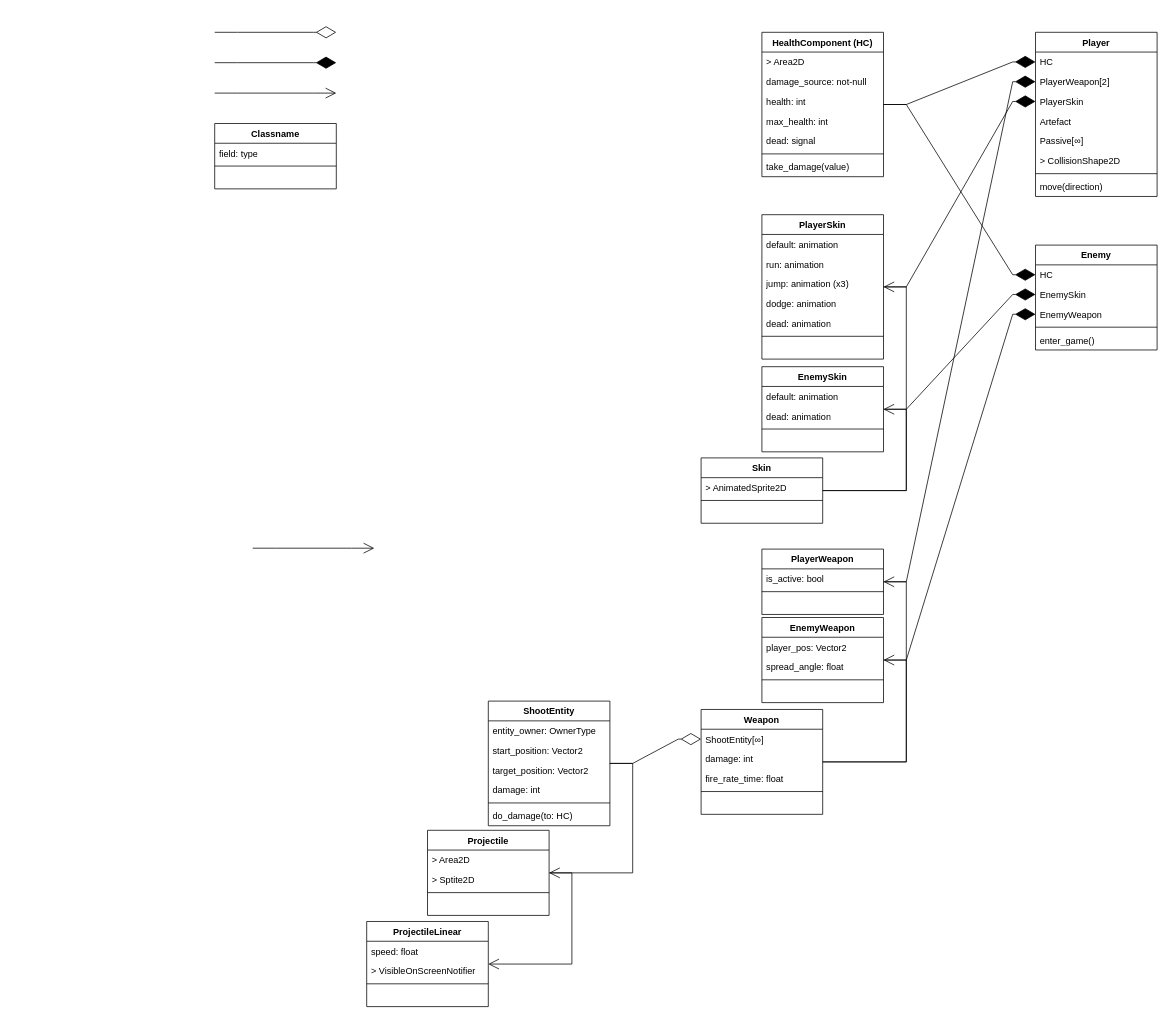
Above: game_model.drawio in 0-Vanes-0/runner (draw.io), before the change. Source tidied: cells renumbered, new cells numbered last; positions are measured from the earlier drawing's top-left corner, leaving out a move shared by most shapes. Both pictures are drawn from the tidied source at 76%, with x=0, y=0 at pixel (214, 32).
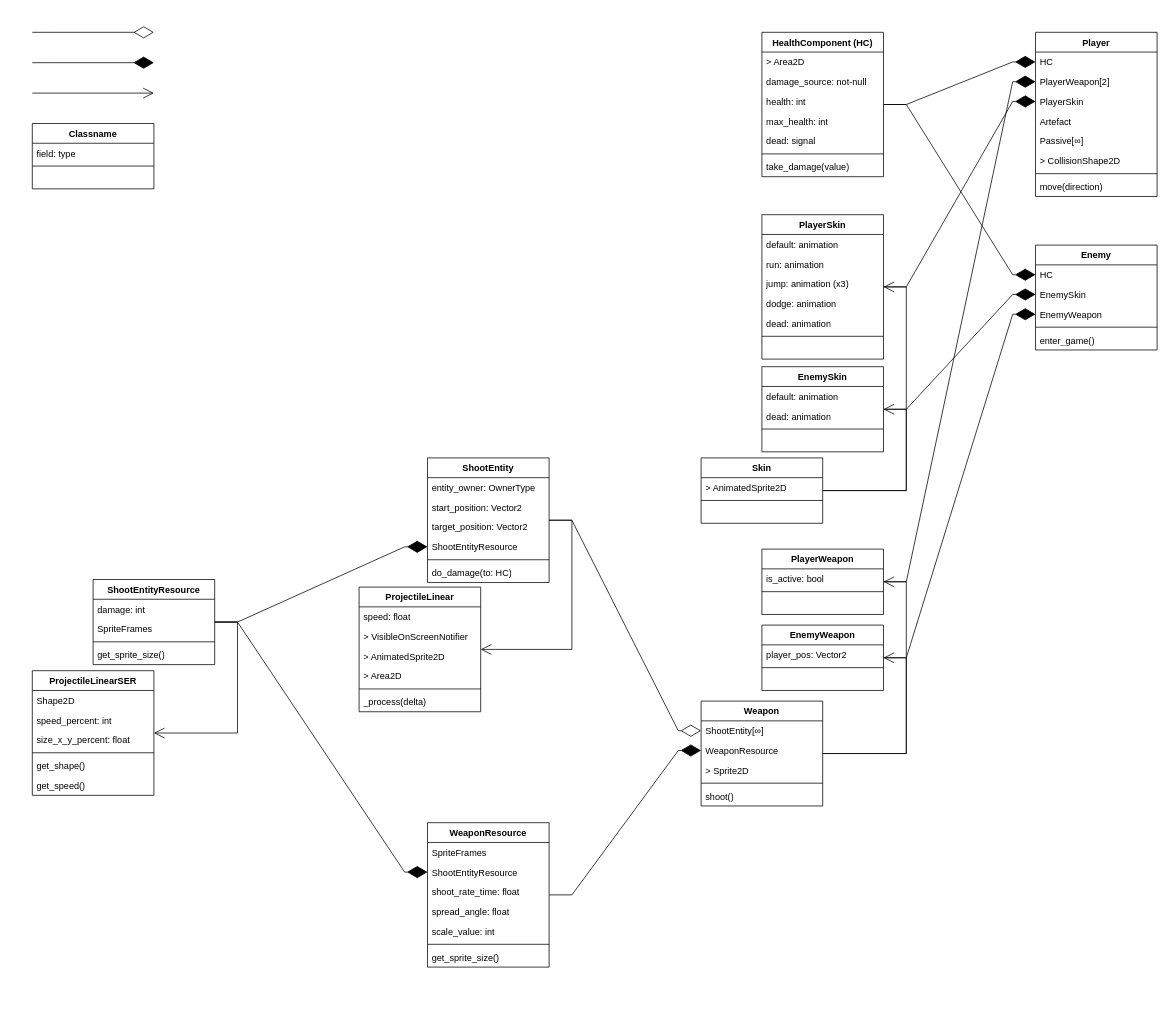
Above is the later version.

The edit, as a diff of the source:
```diff
@@
     <mxCell id="2" style="endArrow=diamondThin;endFill=0;endSize=24;html=1;rounded=0;edgeStyle=entityRelationEdgeStyle;" parent="1" edge="1">
       <mxGeometry relative="1" as="geometry">
-        <mxPoint as="sourcePoint" />
-        <mxPoint x="160" as="targetPoint" />
+        <mxPoint x="-240" as="sourcePoint" />
+        <mxPoint x="-80" as="targetPoint" />
       </mxGeometry>
     </mxCell>
     <mxCell id="3" style="endArrow=diamondThin;endFill=1;endSize=24;html=1;rounded=0;edgeStyle=entityRelationEdgeStyle;" parent="1" edge="1">
       <mxGeometry relative="1" as="geometry">
-        <mxPoint y="40" as="sourcePoint" />
-        <mxPoint x="160" y="40" as="targetPoint" />
+        <mxPoint x="-240" y="40" as="sourcePoint" />
+        <mxPoint x="-80" y="40" as="targetPoint" />
       </mxGeometry>
     </mxCell>
     <mxCell id="4" value="Classname" style="swimlane;fontStyle=1;align=center;verticalAlign=top;horizontal=1;startSize=26;whiteSpace=wrap;html=1;" parent="1" vertex="1">
-      <mxGeometry y="120" width="160" height="86" as="geometry" />
+      <mxGeometry x="-240" y="120" width="160" height="86" as="geometry" />
     </mxCell>
@@
     <mxCell id="8" value="Weapon" style="swimlane;fontStyle=1;align=center;verticalAlign=top;horizontal=1;startSize=26;whiteSpace=wrap;html=1;" parent="1" vertex="1">
-      <mxGeometry x="640" y="891" width="160" height="138" as="geometry" />
+      <mxGeometry x="640" y="880" width="160" height="138" as="geometry" />
     </mxCell>
@@
-    <mxCell id="10" value="damage: int" style="text;strokeColor=none;fillColor=none;align=left;verticalAlign=top;spacingLeft=4;spacingRight=4;overflow=hidden;whiteSpace=wrap;html=1;" parent="8" vertex="1">
-      <mxGeometry y="52" width="160" height="26" as="geometry" />
-    </mxCell>
-    <mxCell id="11" value="fire_rate_time: float" style="text;strokeColor=none;fillColor=none;align=left;verticalAlign=top;spacingLeft=4;spacingRight=4;overflow=hidden;whiteSpace=wrap;html=1;" parent="8" vertex="1">
-      <mxGeometry y="78" width="160" height="26" as="geometry" />
-    </mxCell>
+    <mxCell id="95" value="WeaponResource" style="text;strokeColor=none;fillColor=none;align=left;verticalAlign=top;spacingLeft=4;spacingRight=4;overflow=hidden;points=[[0,0.5],[1,0.5]];portConstraint=eastwest;whiteSpace=wrap;html=1;" parent="8" vertex="1">
+      <mxGeometry y="52" width="160" height="26" as="geometry" />
+    </mxCell>
+    <mxCell id="96" value="&amp;gt; Sprite2D" style="text;strokeColor=none;fillColor=none;align=left;verticalAlign=top;spacingLeft=4;spacingRight=4;overflow=hidden;whiteSpace=wrap;html=1;" parent="8" vertex="1">
+      <mxGeometry y="78" width="160" height="26" as="geometry" />
+    </mxCell>
@@
-    <mxCell id="13" value="&amp;nbsp;" style="text;strokeColor=none;fillColor=none;align=left;verticalAlign=top;spacingLeft=4;spacingRight=4;overflow=hidden;whiteSpace=wrap;html=1;" parent="8" vertex="1">
+    <mxCell id="13" value="shoot()" style="text;strokeColor=none;fillColor=none;align=left;verticalAlign=top;spacingLeft=4;spacingRight=4;overflow=hidden;whiteSpace=wrap;html=1;" parent="8" vertex="1">
       <mxGeometry y="112" width="160" height="26" as="geometry" />
     </mxCell>
@@
     <mxCell id="41" value="EnemyWeapon" style="swimlane;fontStyle=1;align=center;verticalAlign=top;horizontal=1;startSize=26;whiteSpace=wrap;html=1;" parent="1" vertex="1">
-      <mxGeometry x="720" y="770" width="160" height="112" as="geometry" />
+      <mxGeometry x="720" y="780" width="160" height="86" as="geometry" />
     </mxCell>
@@
-    <mxCell id="43" value="spread_angle: float" style="text;strokeColor=none;fillColor=none;align=left;verticalAlign=top;spacingLeft=4;spacingRight=4;overflow=hidden;whiteSpace=wrap;html=1;" parent="41" vertex="1">
-      <mxGeometry y="52" width="160" height="26" as="geometry" />
-    </mxCell>
     <mxCell id="44" style="line;strokeWidth=1;fillColor=none;align=left;verticalAlign=middle;spacingTop=-1;spacingLeft=3;spacingRight=3;labelPosition=right;strokeColor=inherit;" parent="41" vertex="1">
-      <mxGeometry y="78" width="160" height="8" as="geometry" />
+      <mxGeometry y="52" width="160" height="8" as="geometry" />
     </mxCell>
     <mxCell id="45" value="&amp;nbsp;" style="text;strokeColor=none;fillColor=none;align=left;verticalAlign=top;spacingLeft=4;spacingRight=4;overflow=hidden;whiteSpace=wrap;html=1;" parent="41" vertex="1">
-      <mxGeometry y="86" width="160" height="26" as="geometry" />
+      <mxGeometry y="60" width="160" height="26" as="geometry" />
     </mxCell>
@@
     <mxCell id="50" style="endArrow=open;endFill=1;endSize=12;html=1;rounded=0;edgeStyle=entityRelationEdgeStyle;" parent="1" edge="1">
       <mxGeometry relative="1" as="geometry">
-        <mxPoint y="80" as="sourcePoint" />
-        <mxPoint x="160" y="80" as="targetPoint" />
+        <mxPoint x="-240" y="80" as="sourcePoint" />
+        <mxPoint x="-80" y="80" as="targetPoint" />
       </mxGeometry>
     </mxCell>
@@
     <mxCell id="72" value="ShootEntity" style="swimlane;fontStyle=1;align=center;verticalAlign=top;horizontal=1;startSize=26;whiteSpace=wrap;html=1;" parent="1" vertex="1">
-      <mxGeometry x="360" y="880" width="160" height="164" as="geometry" />
+      <mxGeometry x="280" y="560" width="160" height="164" as="geometry" />
     </mxCell>
@@
-    <mxCell id="76" value="damage: int" style="text;strokeColor=none;fillColor=none;align=left;verticalAlign=top;spacingLeft=4;spacingRight=4;overflow=hidden;points=[[0,0.5],[1,0.5]];portConstraint=eastwest;whiteSpace=wrap;html=1;" parent="72" vertex="1">
+    <mxCell id="76" value="ShootEntityResource" style="text;strokeColor=none;fillColor=none;align=left;verticalAlign=top;spacingLeft=4;spacingRight=4;overflow=hidden;points=[[0,0.5],[1,0.5]];portConstraint=eastwest;whiteSpace=wrap;html=1;" parent="72" vertex="1">
       <mxGeometry y="104" width="160" height="26" as="geometry" />
     </mxCell>
@@
-    <mxCell id="79" value="Projectile" style="swimlane;fontStyle=1;align=center;verticalAlign=top;horizontal=1;startSize=26;whiteSpace=wrap;html=1;" parent="1" vertex="1">
-      <mxGeometry x="280" y="1050" width="160" height="112" as="geometry" />
-    </mxCell>
-    <mxCell id="80" value="&amp;gt; Area2D" style="text;strokeColor=none;fillColor=none;align=left;verticalAlign=top;spacingLeft=4;spacingRight=4;overflow=hidden;whiteSpace=wrap;html=1;" parent="79" vertex="1">
-      <mxGeometry y="26" width="160" height="26" as="geometry" />
-    </mxCell>
-    <mxCell id="81" value="&amp;gt; Sptite2D" style="text;strokeColor=none;fillColor=none;align=left;verticalAlign=top;spacingLeft=4;spacingRight=4;overflow=hidden;whiteSpace=wrap;html=1;" parent="79" vertex="1">
-      <mxGeometry y="52" width="160" height="26" as="geometry" />
-    </mxCell>
-    <mxCell id="82" style="line;strokeWidth=1;fillColor=none;align=left;verticalAlign=middle;spacingTop=-1;spacingLeft=3;spacingRight=3;labelPosition=right;strokeColor=inherit;" parent="79" vertex="1">
-      <mxGeometry y="78" width="160" height="8" as="geometry" />
-    </mxCell>
-    <mxCell id="83" value="&amp;nbsp;" style="text;strokeColor=none;fillColor=none;align=left;verticalAlign=top;spacingLeft=4;spacingRight=4;overflow=hidden;whiteSpace=wrap;html=1;" parent="79" vertex="1">
-      <mxGeometry y="86" width="160" height="26" as="geometry" />
-    </mxCell>
@@
-    <mxCell id="86" style="endArrow=open;endFill=1;endSize=12;html=1;rounded=0;edgeStyle=entityRelationEdgeStyle;" parent="1" edge="1">
-      <mxGeometry relative="1" as="geometry">
-        <mxPoint x="50" y="678.8" as="sourcePoint" />
-        <mxPoint x="210" y="678.8" as="targetPoint" />
-      </mxGeometry>
-    </mxCell>
     <mxCell id="87" value="ProjectileLinear" style="swimlane;fontStyle=1;align=center;verticalAlign=top;horizontal=1;startSize=26;whiteSpace=wrap;html=1;" parent="1" vertex="1">
-      <mxGeometry x="200" y="1170" width="160" height="112" as="geometry" />
+      <mxGeometry x="190" y="730" width="160" height="164" as="geometry" />
     </mxCell>
@@
+    <mxCell id="97" value="&amp;gt; AnimatedSprite2D" style="text;strokeColor=none;fillColor=none;align=left;verticalAlign=top;spacingLeft=4;spacingRight=4;overflow=hidden;whiteSpace=wrap;html=1;" parent="87" vertex="1">
+      <mxGeometry y="78" width="160" height="26" as="geometry" />
+    </mxCell>
+    <mxCell id="80" value="&amp;gt; Area2D" style="text;strokeColor=none;fillColor=none;align=left;verticalAlign=top;spacingLeft=4;spacingRight=4;overflow=hidden;whiteSpace=wrap;html=1;" parent="87" vertex="1">
+      <mxGeometry y="104" width="160" height="26" as="geometry" />
+    </mxCell>
     <mxCell id="90" style="line;strokeWidth=1;fillColor=none;align=left;verticalAlign=middle;spacingTop=-1;spacingLeft=3;spacingRight=3;labelPosition=right;strokeColor=inherit;" parent="87" vertex="1">
-      <mxGeometry y="78" width="160" height="8" as="geometry" />
+      <mxGeometry y="130" width="160" height="8" as="geometry" />
     </mxCell>
-    <mxCell id="91" value="&amp;nbsp;" style="text;strokeColor=none;fillColor=none;align=left;verticalAlign=top;spacingLeft=4;spacingRight=4;overflow=hidden;whiteSpace=wrap;html=1;" parent="87" vertex="1">
-      <mxGeometry y="86" width="160" height="26" as="geometry" />
+    <mxCell id="91" value="_process(delta)" style="text;strokeColor=none;fillColor=none;align=left;verticalAlign=top;spacingLeft=4;spacingRight=4;overflow=hidden;whiteSpace=wrap;html=1;" parent="87" vertex="1">
+      <mxGeometry y="138" width="160" height="26" as="geometry" />
     </mxCell>
-    <mxCell id="92" style="endArrow=open;endFill=1;endSize=12;html=1;rounded=0;edgeStyle=entityRelationEdgeStyle;" parent="1" edge="1" source="72" target="79">
-      <mxGeometry relative="1" as="geometry" />
-    </mxCell>
-    <mxCell id="93" style="endArrow=open;endFill=1;endSize=12;html=1;rounded=0;edgeStyle=entityRelationEdgeStyle;" parent="1" edge="1" source="79" target="87">
+    <mxCell id="93" style="endArrow=open;endFill=1;endSize=12;html=1;rounded=0;edgeStyle=entityRelationEdgeStyle;" parent="1" edge="1" source="72" target="87">
       <mxGeometry relative="1" as="geometry" />
     </mxCell>
@@
+    <mxCell id="98" value="WeaponResource" style="swimlane;fontStyle=1;align=center;verticalAlign=top;horizontal=1;startSize=26;whiteSpace=wrap;html=1;" parent="1" vertex="1">
+      <mxGeometry x="280" y="1040" width="160" height="190" as="geometry" />
+    </mxCell>
+    <mxCell id="99" value="SpriteFrames" style="text;strokeColor=none;fillColor=none;align=left;verticalAlign=top;spacingLeft=4;spacingRight=4;overflow=hidden;whiteSpace=wrap;html=1;" parent="98" vertex="1">
+      <mxGeometry y="26" width="160" height="26" as="geometry" />
+    </mxCell>
+    <mxCell id="100" value="ShootEntityResource" style="text;strokeColor=none;fillColor=none;align=left;verticalAlign=top;spacingLeft=4;spacingRight=4;overflow=hidden;points=[[0,0.5],[1,0.5]];portConstraint=eastwest;whiteSpace=wrap;html=1;" parent="98" vertex="1">
+      <mxGeometry y="52" width="160" height="26" as="geometry" />
+    </mxCell>
+    <mxCell id="101" value="shoot_rate_time: float" style="text;strokeColor=none;fillColor=none;align=left;verticalAlign=top;spacingLeft=4;spacingRight=4;overflow=hidden;whiteSpace=wrap;html=1;" parent="98" vertex="1">
+      <mxGeometry y="78" width="160" height="26" as="geometry" />
+    </mxCell>
+    <mxCell id="43" value="spread_angle: float" style="text;strokeColor=none;fillColor=none;align=left;verticalAlign=top;spacingLeft=4;spacingRight=4;overflow=hidden;whiteSpace=wrap;html=1;" parent="98" vertex="1">
+      <mxGeometry y="104" width="160" height="26" as="geometry" />
+    </mxCell>
+    <mxCell id="102" value="scale_value: int" style="text;strokeColor=none;fillColor=none;align=left;verticalAlign=top;spacingLeft=4;spacingRight=4;overflow=hidden;whiteSpace=wrap;html=1;" parent="98" vertex="1">
+      <mxGeometry y="130" width="160" height="26" as="geometry" />
+    </mxCell>
+    <mxCell id="103" style="line;strokeWidth=1;fillColor=none;align=left;verticalAlign=middle;spacingTop=-1;spacingLeft=3;spacingRight=3;labelPosition=right;strokeColor=inherit;" parent="98" vertex="1">
+      <mxGeometry y="156" width="160" height="8" as="geometry" />
+    </mxCell>
+    <mxCell id="104" value="get_sprite_size()" style="text;strokeColor=none;fillColor=none;align=left;verticalAlign=top;spacingLeft=4;spacingRight=4;overflow=hidden;whiteSpace=wrap;html=1;" parent="98" vertex="1">
+      <mxGeometry y="164" width="160" height="26" as="geometry" />
+    </mxCell>
+    <mxCell id="105" style="endArrow=diamondThin;endFill=1;endSize=24;html=1;rounded=0;edgeStyle=entityRelationEdgeStyle;" parent="1" edge="1" source="98" target="95">
+      <mxGeometry relative="1" as="geometry" />
+    </mxCell>
+    <mxCell id="106" value="ShootEntityResource" style="swimlane;fontStyle=1;align=center;verticalAlign=top;horizontal=1;startSize=26;whiteSpace=wrap;html=1;" parent="1" vertex="1">
+      <mxGeometry x="-160" y="720" width="160" height="112" as="geometry" />
+    </mxCell>
+    <mxCell id="10" value="damage: int" style="text;strokeColor=none;fillColor=none;align=left;verticalAlign=top;spacingLeft=4;spacingRight=4;overflow=hidden;whiteSpace=wrap;html=1;" parent="106" vertex="1">
+      <mxGeometry y="26" width="160" height="26" as="geometry" />
+    </mxCell>
+    <mxCell id="107" value="SpriteFrames" style="text;strokeColor=none;fillColor=none;align=left;verticalAlign=top;spacingLeft=4;spacingRight=4;overflow=hidden;whiteSpace=wrap;html=1;" parent="106" vertex="1">
+      <mxGeometry y="52" width="160" height="26" as="geometry" />
+    </mxCell>
+    <mxCell id="82" style="line;strokeWidth=1;fillColor=none;align=left;verticalAlign=middle;spacingTop=-1;spacingLeft=3;spacingRight=3;labelPosition=right;strokeColor=inherit;" parent="106" vertex="1">
+      <mxGeometry y="78" width="160" height="8" as="geometry" />
+    </mxCell>
+    <mxCell id="108" value="get_sprite_size()" style="text;strokeColor=none;fillColor=none;align=left;verticalAlign=top;spacingLeft=4;spacingRight=4;overflow=hidden;whiteSpace=wrap;html=1;" parent="106" vertex="1">
+      <mxGeometry y="86" width="160" height="26" as="geometry" />
+    </mxCell>
+    <mxCell id="109" value="ProjectileLinearSER" style="swimlane;fontStyle=1;align=center;verticalAlign=top;horizontal=1;startSize=26;whiteSpace=wrap;html=1;" parent="1" vertex="1">
+      <mxGeometry x="-240" y="840" width="160" height="164" as="geometry" />
+    </mxCell>
+    <mxCell id="110" value="Shape2D" style="text;strokeColor=none;fillColor=none;align=left;verticalAlign=top;spacingLeft=4;spacingRight=4;overflow=hidden;whiteSpace=wrap;html=1;" parent="109" vertex="1">
+      <mxGeometry y="26" width="160" height="26" as="geometry" />
+    </mxCell>
+    <mxCell id="111" value="speed_percent: int" style="text;strokeColor=none;fillColor=none;align=left;verticalAlign=top;spacingLeft=4;spacingRight=4;overflow=hidden;whiteSpace=wrap;html=1;" parent="109" vertex="1">
+      <mxGeometry y="52" width="160" height="26" as="geometry" />
+    </mxCell>
+    <mxCell id="112" value="size_x_y_percent: float" style="text;strokeColor=none;fillColor=none;align=left;verticalAlign=top;spacingLeft=4;spacingRight=4;overflow=hidden;whiteSpace=wrap;html=1;" parent="109" vertex="1">
+      <mxGeometry y="78" width="160" height="26" as="geometry" />
+    </mxCell>
+    <mxCell id="113" style="line;strokeWidth=1;fillColor=none;align=left;verticalAlign=middle;spacingTop=-1;spacingLeft=3;spacingRight=3;labelPosition=right;strokeColor=inherit;" parent="109" vertex="1">
+      <mxGeometry y="104" width="160" height="8" as="geometry" />
+    </mxCell>
+    <mxCell id="114" value="get_shape()" style="text;strokeColor=none;fillColor=none;align=left;verticalAlign=top;spacingLeft=4;spacingRight=4;overflow=hidden;whiteSpace=wrap;html=1;" parent="109" vertex="1">
+      <mxGeometry y="112" width="160" height="26" as="geometry" />
+    </mxCell>
+    <mxCell id="115" value="get_speed()" style="text;strokeColor=none;fillColor=none;align=left;verticalAlign=top;spacingLeft=4;spacingRight=4;overflow=hidden;whiteSpace=wrap;html=1;" parent="109" vertex="1">
+      <mxGeometry y="138" width="160" height="26" as="geometry" />
+    </mxCell>
+    <mxCell id="116" style="endArrow=diamondThin;endFill=1;endSize=24;html=1;rounded=0;edgeStyle=entityRelationEdgeStyle;" parent="1" edge="1" source="106" target="76">
+      <mxGeometry relative="1" as="geometry" />
+    </mxCell>
+    <mxCell id="117" style="endArrow=open;endFill=1;endSize=12;html=1;rounded=0;edgeStyle=entityRelationEdgeStyle;" parent="1" edge="1" source="106" target="109">
+      <mxGeometry relative="1" as="geometry" />
+    </mxCell>
+    <mxCell id="118" style="endArrow=diamondThin;endFill=1;endSize=24;html=1;rounded=0;edgeStyle=entityRelationEdgeStyle;" parent="1" edge="1" source="106" target="100">
+      <mxGeometry relative="1" as="geometry" />
+    </mxCell>
```
